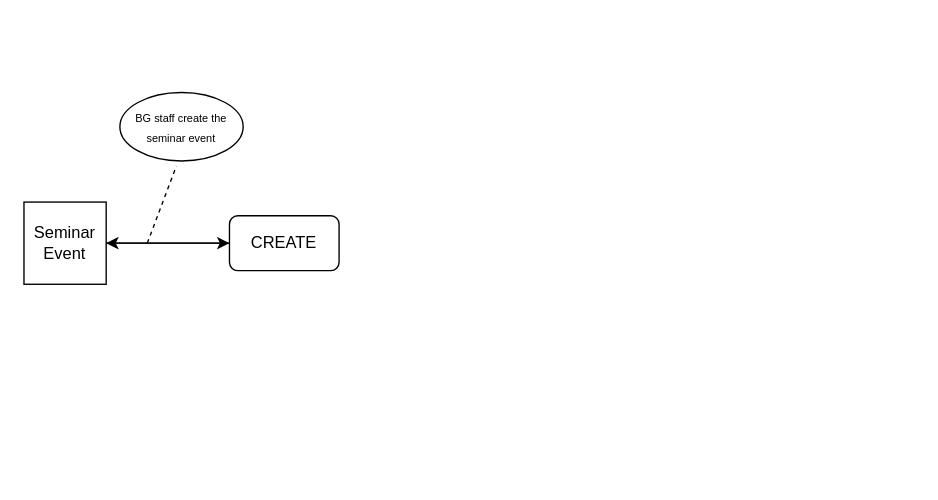
Before: Event Life Circle.drawio in hoa89nguyen/testGIT, a draw.io diagram. Source tidied: cells renumbered, new cells numbered last; positions are measured from the earlier drawing's top-left corner, leaving out a move shared by most shapes. Both pictures are drawn from the tidied source at 137%, with x=0, y=0 at pixel (23, 92).
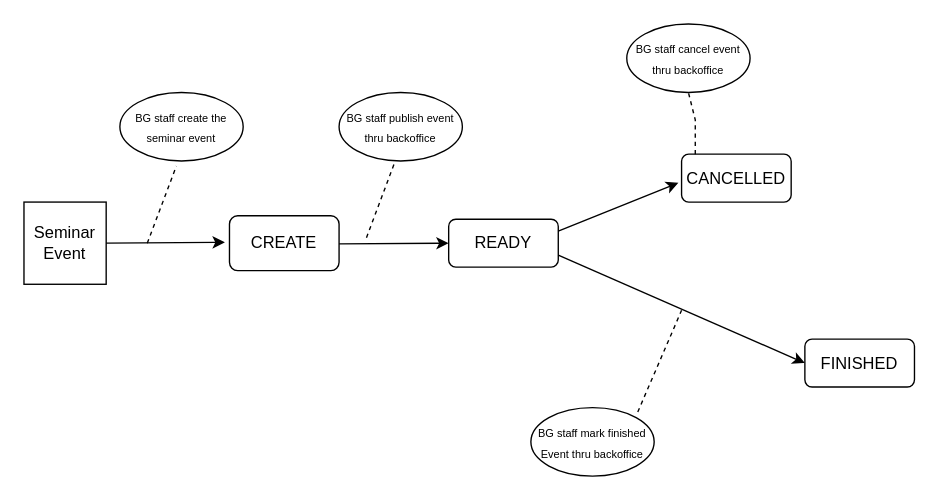
The same diagram, later.

The change refers to these unchanged cells:
```xml
<mxCell id="2" value="Seminar Event" style="whiteSpace=wrap;html=1;" parent="1" vertex="1">
  <mxGeometry y="80" width="60" height="60" as="geometry" />
</mxCell>
<mxCell id="4" value="CREATE" style="rounded=1;whiteSpace=wrap;html=1;" parent="1" vertex="1">
  <mxGeometry x="150" y="90" width="80" height="40" as="geometry" />
</mxCell>
```

Diff of the diagram source:
```diff
@@
-    <mxCell id="3" style="edgeStyle=orthogonalEdgeStyle;rounded=0;jettySize=auto;html=1;" parent="1" edge="1" source="4" target="2">
-      <mxGeometry relative="1" as="geometry" />
-    </mxCell>
@@
-    <mxCell id="5" style="endArrow=classic;html=1;rounded=0;exitX=1;exitY=0.5;exitDx=0;exitDy=0;entryX=0;entryY=0.5;entryDx=0;entryDy=0;" parent="1" edge="1" source="2" target="4">
-      <mxGeometry relative="1" as="geometry" />
-    </mxCell>
@@
+    <mxCell id="8" value="READY" style="rounded=1;whiteSpace=wrap;html=1;" parent="1" vertex="1">
+      <mxGeometry x="310" y="92.5" width="80" height="35" as="geometry" />
+    </mxCell>
+    <mxCell id="9" style="endArrow=classic;html=1;rounded=0;entryX=-0.042;entryY=0.485;entryDx=0;entryDy=0;entryPerimeter=0;" parent="1" edge="1" target="4">
+      <mxGeometry relative="1" as="geometry">
+        <mxPoint x="60" y="110" as="sourcePoint" />
+      </mxGeometry>
+    </mxCell>
+    <mxCell id="10" style="endArrow=classic;html=1;rounded=0;" parent="1" edge="1">
+      <mxGeometry relative="1" as="geometry">
+        <mxPoint x="230" y="110.5" as="sourcePoint" />
+        <mxPoint x="310" y="110" as="targetPoint" />
+      </mxGeometry>
+    </mxCell>
+    <mxCell id="11" value="&lt;font style=&quot;font-size: 8px;&quot;&gt;BG staff publish event thru backoffice&lt;/font&gt;" style="ellipse;whiteSpace=wrap;html=1;" parent="1" vertex="1">
+      <mxGeometry x="230" width="90" height="50" as="geometry" />
+    </mxCell>
+    <mxCell id="12" style="endArrow=none;dashed=1;html=1;rounded=0;entryX=0.458;entryY=1.075;entryDx=0;entryDy=0;entryPerimeter=0;" parent="1" edge="1">
+      <mxGeometry relative="1" as="geometry">
+        <mxPoint x="250" y="106" as="sourcePoint" />
+        <mxPoint x="271" y="50" as="targetPoint" />
+      </mxGeometry>
+    </mxCell>
+    <mxCell id="13" style="endArrow=classic;html=1;rounded=0;exitX=1;exitY=0.25;exitDx=0;exitDy=0;entryX=-0.029;entryY=0.599;entryDx=0;entryDy=0;entryPerimeter=0;" parent="1" edge="1" source="8" target="14">
+      <mxGeometry relative="1" as="geometry" />
+    </mxCell>
+    <mxCell id="14" value="CANCELLED" style="rounded=1;whiteSpace=wrap;html=1;" parent="1" vertex="1">
+      <mxGeometry x="480" y="45" width="80" height="35" as="geometry" />
+    </mxCell>
+    <mxCell id="15" value="FINISHED" style="rounded=1;whiteSpace=wrap;html=1;" parent="1" vertex="1">
+      <mxGeometry x="570" y="180" width="80" height="35" as="geometry" />
+    </mxCell>
+    <mxCell id="16" value="&lt;font style=&quot;font-size: 8px;&quot;&gt;BG staff cancel event thru backoffice&lt;/font&gt;" style="ellipse;whiteSpace=wrap;html=1;" parent="1" vertex="1">
+      <mxGeometry x="440" y="-50" width="90" height="50" as="geometry" />
+    </mxCell>
+    <mxCell id="17" style="endArrow=none;dashed=1;html=1;rounded=0;entryX=0.5;entryY=1;entryDx=0;entryDy=0;" parent="1" edge="1" target="16">
+      <mxGeometry relative="1" as="geometry">
+        <mxPoint x="490" y="45" as="sourcePoint" />
+        <Array as="points">
+          <mxPoint x="490" y="20" />
+        </Array>
+      </mxGeometry>
+    </mxCell>
+    <mxCell id="18" style="endArrow=classic;html=1;rounded=0;exitX=1;exitY=0.75;exitDx=0;exitDy=0;entryX=0;entryY=0.5;entryDx=0;entryDy=0;" parent="1" edge="1" source="8" target="15">
+      <mxGeometry relative="1" as="geometry" />
+    </mxCell>
+    <mxCell id="19" value="&lt;font style=&quot;font-size: 8px;&quot;&gt;BG staff mark finished Event thru backoffice&lt;/font&gt;" style="ellipse;whiteSpace=wrap;html=1;" parent="1" vertex="1">
+      <mxGeometry x="370" y="230" width="90" height="50" as="geometry" />
+    </mxCell>
+    <mxCell id="20" style="endArrow=none;dashed=1;html=1;rounded=0;entryX=0.458;entryY=1.075;entryDx=0;entryDy=0;entryPerimeter=0;exitX=0.867;exitY=0.064;exitDx=0;exitDy=0;exitPerimeter=0;" parent="1" edge="1" source="19">
+      <mxGeometry relative="1" as="geometry">
+        <mxPoint x="480" y="159" as="targetPoint" />
+      </mxGeometry>
+    </mxCell>
```
